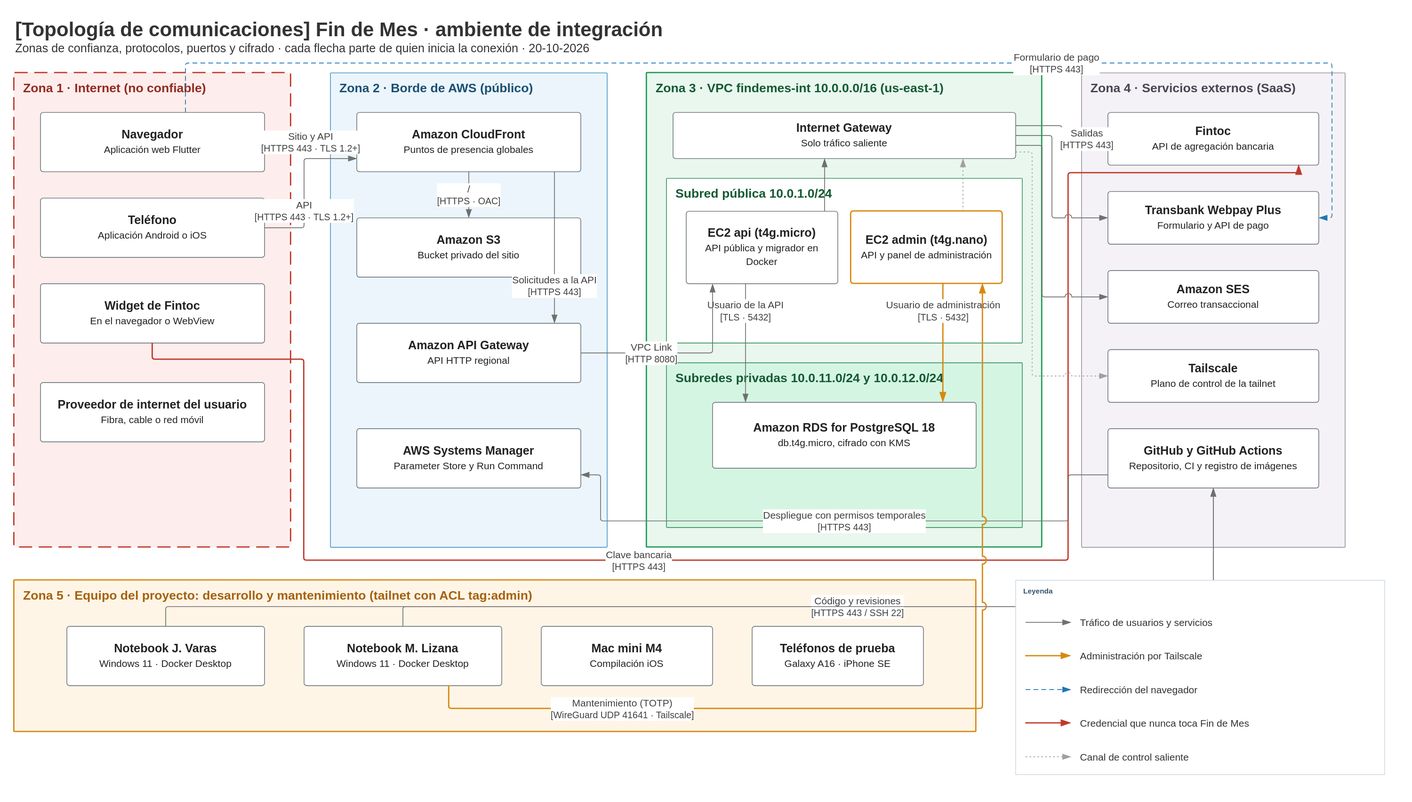
Above: docs/diagrams/architecture/topologia-comunicaciones.drawio.svg in offlnr/findemes (draw.io), before the change. Source tidied: cells renumbered, new cells last; positions are measured from the earlier drawing's top-left corner, leaving out a move shared by most shapes.
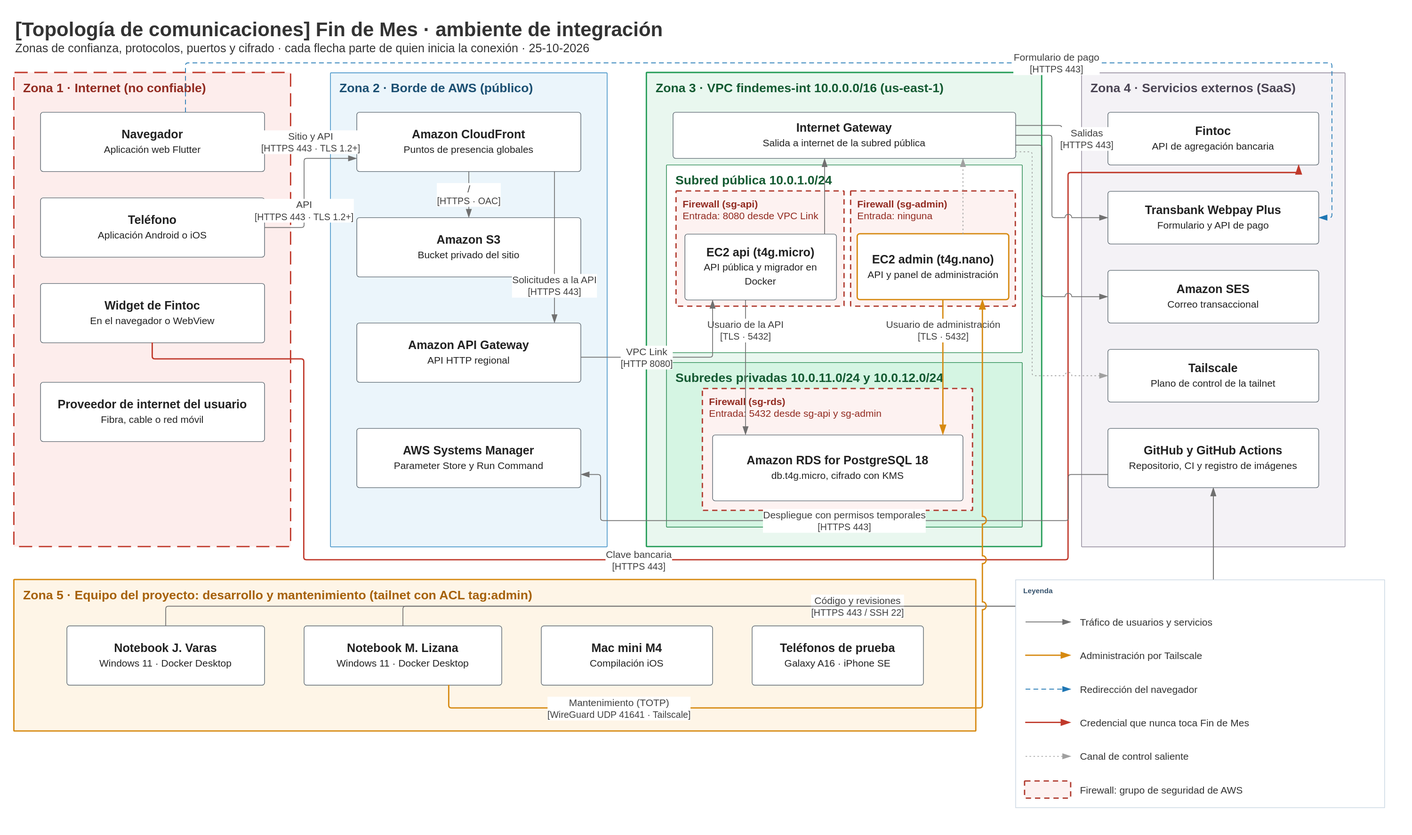
The same file after the commit.

The edit, as a diff of the source:
```diff
@@ -2,7 +2,7 @@
   <root>
     <mxCell id="0" />
     <mxCell id="1" parent="0" />
-    <mxCell id="2" value="&lt;span style=&quot;font-size:30px&quot;&gt;&lt;b&gt;[Topología de comunicaciones] Fin de Mes · ambiente de integración&lt;/b&gt;&lt;/span&gt;&lt;br&gt;&lt;span style=&quot;font-size:18px&quot;&gt;Zonas de confianza, protocolos, puertos y cifrado · cada flecha parte de quien inicia la conexión · 20-10-2026&lt;/span&gt;" style="text;html=1;whiteSpace=wrap;align=left;verticalAlign=top;fontColor=#333333;" parent="1" vertex="1">
+    <mxCell id="2" value="&lt;span style=&quot;font-size:30px&quot;&gt;&lt;b&gt;[Topología de comunicaciones] Fin de Mes · ambiente de integración&lt;/b&gt;&lt;/span&gt;&lt;br&gt;&lt;span style=&quot;font-size:18px&quot;&gt;Zonas de confianza, protocolos, puertos y cifrado · cada flecha parte de quien inicia la conexión · 25-10-2026&lt;/span&gt;" style="text;html=1;whiteSpace=wrap;align=left;verticalAlign=top;fontColor=#333333;" parent="1" vertex="1">
       <mxGeometry width="1900" height="90" as="geometry" />
     </mxCell>
     <mxCell id="3" value="Zona 1 · Internet (no confiable)" style="rounded=1;arcSize=2;absoluteArcSize=1;whiteSpace=wrap;html=1;align=left;verticalAlign=top;spacingLeft=12;spacingTop=6;fontSize=19;fontStyle=1;fillColor=#FDEDEC;strokeColor=#C0392B;fontColor=#922B21;dashed=1;dashPattern=10 5;strokeWidth=2;" parent="1" vertex="1">
@@ -44,34 +44,43 @@
     <mxCell id="15" value="Zona 3 · VPC findemes-int 10.0.0.0/16 (us-east-1)" style="rounded=1;arcSize=2;absoluteArcSize=1;whiteSpace=wrap;html=1;align=left;verticalAlign=top;spacingLeft=12;spacingTop=6;fontSize=19;fontStyle=1;fillColor=#E9F7EF;strokeColor=#239B56;fontColor=#145A32;strokeWidth=2;" parent="1" vertex="1">
       <mxGeometry x="960" y="90" width="600" height="720" as="geometry" />
     </mxCell>
-    <mxCell id="16" value="&lt;b&gt;Internet Gateway&lt;/b&gt;&lt;br&gt;&lt;span style=&quot;font-size:15px&quot;&gt;Solo tráfico saliente&lt;/span&gt;" style="rounded=1;whiteSpace=wrap;html=1;arcSize=8;absoluteArcSize=1;fillColor=#FFFFFF;strokeColor=#5B6770;fontColor=#222222;fontSize=18;spacing=6;" parent="15" vertex="1">
+    <mxCell id="16" value="&lt;b&gt;Internet Gateway&lt;/b&gt;&lt;br&gt;&lt;span style=&quot;font-size:15px&quot;&gt;Salida a internet de la subred pública&lt;/span&gt;" style="rounded=1;whiteSpace=wrap;html=1;arcSize=8;absoluteArcSize=1;fillColor=#FFFFFF;strokeColor=#5B6770;fontColor=#222222;fontSize=18;spacing=6;" parent="15" vertex="1">
       <mxGeometry x="40" y="60" width="520" height="70" as="geometry" />
     </mxCell>
     <mxCell id="17" value="Subred pública 10.0.1.0/24" style="rounded=1;arcSize=2;absoluteArcSize=1;whiteSpace=wrap;html=1;align=left;verticalAlign=top;spacingLeft=12;spacingTop=6;fontSize=19;fontStyle=1;fillColor=#FFFFFF;strokeColor=#1E8449;fontColor=#145A32;" parent="15" vertex="1">
-      <mxGeometry x="30" y="160" width="540" height="250" as="geometry" />
+      <mxGeometry x="30" y="140" width="540" height="285" as="geometry" />
     </mxCell>
+    <mxCell id="71" value="&lt;b&gt;Firewall (sg-api)&lt;/b&gt;&lt;br&gt;Entrada: 8080 desde VPC Link" style="rounded=1;arcSize=2;absoluteArcSize=1;whiteSpace=wrap;html=1;fillColor=#FDF2F1;strokeColor=#B03A2E;fontColor=#922B21;dashed=1;dashPattern=4 3;strokeWidth=2;align=left;verticalAlign=top;spacingLeft=8;spacingTop=4;fontSize=15;" parent="17" vertex="1">
+      <mxGeometry x="15" y="40" width="255" height="175" as="geometry" />
+    </mxCell>
-    <mxCell id="18" value="&lt;b&gt;EC2 api (t4g.micro)&lt;/b&gt;&lt;br&gt;&lt;span style=&quot;font-size:15px&quot;&gt;API pública y migrador en Docker&lt;/span&gt;" style="rounded=1;whiteSpace=wrap;html=1;arcSize=8;absoluteArcSize=1;fillColor=#FFFFFF;strokeColor=#5B6770;fontColor=#222222;fontSize=18;spacing=6;" parent="17" vertex="1">
-      <mxGeometry x="30" y="50" width="230" height="110" as="geometry" />
+    <mxCell id="18" value="&lt;b&gt;EC2 api (t4g.micro)&lt;/b&gt;&lt;br&gt;&lt;span style=&quot;font-size:15px&quot;&gt;API pública y migrador en Docker&lt;/span&gt;" style="rounded=1;whiteSpace=wrap;html=1;arcSize=8;absoluteArcSize=1;fillColor=#FFFFFF;strokeColor=#5B6770;fontColor=#222222;fontSize=18;spacing=6;" parent="71" vertex="1">
+      <mxGeometry x="13" y="65" width="230" height="100" as="geometry" />
     </mxCell>
+    <mxCell id="72" value="&lt;b&gt;Firewall (sg-admin)&lt;/b&gt;&lt;br&gt;Entrada: ninguna" style="rounded=1;arcSize=2;absoluteArcSize=1;whiteSpace=wrap;html=1;fillColor=#FDF2F1;strokeColor=#B03A2E;fontColor=#922B21;dashed=1;dashPattern=4 3;strokeWidth=2;align=left;verticalAlign=top;spacingLeft=8;spacingTop=4;fontSize=15;" parent="17" vertex="1">
+      <mxGeometry x="280" y="40" width="250" height="175" as="geometry" />
+    </mxCell>
-    <mxCell id="19" value="&lt;b&gt;EC2 admin (t4g.nano)&lt;/b&gt;&lt;br&gt;&lt;span style=&quot;font-size:15px&quot;&gt;API y panel de administración&lt;/span&gt;" style="rounded=1;whiteSpace=wrap;html=1;arcSize=8;absoluteArcSize=1;fillColor=#FFFFFF;strokeColor=#5B6770;fontColor=#222222;fontSize=18;spacing=6;strokeColor=#D68910;strokeWidth=2;" parent="17" vertex="1">
-      <mxGeometry x="280" y="50" width="230" height="110" as="geometry" />
+    <mxCell id="19" value="&lt;b&gt;EC2 admin (t4g.nano)&lt;/b&gt;&lt;br&gt;&lt;span style=&quot;font-size:15px&quot;&gt;API y panel de administración&lt;/span&gt;" style="rounded=1;whiteSpace=wrap;html=1;arcSize=8;absoluteArcSize=1;fillColor=#FFFFFF;strokeColor=#5B6770;fontColor=#222222;fontSize=18;spacing=6;strokeColor=#D68910;strokeWidth=2;" parent="72" vertex="1">
+      <mxGeometry x="10" y="65" width="230" height="100" as="geometry" />
     </mxCell>
     <mxCell id="20" value="Subredes privadas 10.0.11.0/24 y 10.0.12.0/24" style="rounded=1;arcSize=2;absoluteArcSize=1;whiteSpace=wrap;html=1;align=left;verticalAlign=top;spacingLeft=12;spacingTop=6;fontSize=19;fontStyle=1;fillColor=#D5F5E3;strokeColor=#1E8449;fontColor=#145A32;" parent="15" vertex="1">
       <mxGeometry x="30" y="440" width="540" height="250" as="geometry" />
     </mxCell>
+    <mxCell id="73" value="&lt;b&gt;Firewall (sg-rds)&lt;/b&gt;&lt;br&gt;Entrada: 5432 desde sg-api y sg-admin" style="rounded=1;arcSize=2;absoluteArcSize=1;whiteSpace=wrap;html=1;fillColor=#FDF2F1;strokeColor=#B03A2E;fontColor=#922B21;dashed=1;dashPattern=4 3;strokeWidth=2;align=left;verticalAlign=top;spacingLeft=8;spacingTop=4;fontSize=15;" parent="20" vertex="1">
+      <mxGeometry x="55" y="40" width="410" height="185" as="geometry" />
+    </mxCell>
-    <mxCell id="21" value="&lt;b&gt;Amazon RDS for PostgreSQL 18&lt;/b&gt;&lt;br&gt;&lt;span style=&quot;font-size:15px&quot;&gt;db.t4g.micro, cifrado con KMS&lt;/span&gt;" style="rounded=1;whiteSpace=wrap;html=1;arcSize=8;absoluteArcSize=1;fillColor=#FFFFFF;strokeColor=#5B6770;fontColor=#222222;fontSize=18;spacing=6;" parent="20" vertex="1">
-      <mxGeometry x="70" y="60" width="400" height="100" as="geometry" />
+    <mxCell id="21" value="&lt;b&gt;Amazon RDS for PostgreSQL 18&lt;/b&gt;&lt;br&gt;&lt;span style=&quot;font-size:15px&quot;&gt;db.t4g.micro, cifrado con KMS&lt;/span&gt;" style="rounded=1;whiteSpace=wrap;html=1;arcSize=8;absoluteArcSize=1;fillColor=#FFFFFF;strokeColor=#5B6770;fontColor=#222222;fontSize=18;spacing=6;" parent="73" vertex="1">
+      <mxGeometry x="15" y="70" width="380" height="100" as="geometry" />
     </mxCell>
-    <mxCell id="22" value="Usuario de la API&lt;br&gt;&lt;span style=&quot;font-size:14px&quot;&gt;[TLS · 5432]&lt;/span&gt;" style="endArrow=blockThin;endFill=1;endSize=10;html=1;fontSize=15;fontColor=#404040;strokeColor=#707070;strokeWidth=1.2;rounded=1;arcSize=8;edgeStyle=orthogonalEdgeStyle;jumpStyle=arc;jumpSize=10;labelBackgroundColor=#FFFFFF;exitX=0.3913;exitY=1;exitDx=0;exitDy=0;entryX=0.125;entryY=0;entryDx=0;entryDy=0;" parent="15" edge="1" source="18" target="21">
+    <mxCell id="22" value="Usuario de la API&lt;br&gt;&lt;span style=&quot;font-size:14px&quot;&gt;[TLS · 5432]&lt;/span&gt;" style="endArrow=blockThin;endFill=1;endSize=10;html=1;fontSize=15;fontColor=#404040;strokeColor=#707070;strokeWidth=1.2;rounded=1;arcSize=8;edgeStyle=orthogonalEdgeStyle;jumpStyle=arc;jumpSize=10;labelBackgroundColor=#FFFFFF;exitX=0.4;exitY=1;exitDx=0;exitDy=0;entryX=0.1316;entryY=0;entryDx=0;entryDy=0;" parent="15" edge="1" source="18" target="21">
       <mxGeometry x="-0.55" relative="1" as="geometry" />
     </mxCell>
-    <mxCell id="23" value="Usuario de administración&lt;br&gt;&lt;span style=&quot;font-size:14px&quot;&gt;[TLS · 5432]&lt;/span&gt;" style="endArrow=blockThin;endFill=1;endSize=10;html=1;fontSize=15;fontColor=#404040;strokeColor=#D68910;strokeWidth=2;rounded=1;arcSize=8;edgeStyle=orthogonalEdgeStyle;jumpStyle=arc;jumpSize=10;labelBackgroundColor=#FFFFFF;exitX=0.6087;exitY=1;exitDx=0;exitDy=0;entryX=0.875;entryY=0;entryDx=0;entryDy=0;" parent="15" edge="1" source="19" target="21">
+    <mxCell id="23" value="Usuario de administración&lt;br&gt;&lt;span style=&quot;font-size:14px&quot;&gt;[TLS · 5432]&lt;/span&gt;" style="endArrow=blockThin;endFill=1;endSize=10;html=1;fontSize=15;fontColor=#404040;strokeColor=#D68910;strokeWidth=2;rounded=1;arcSize=8;edgeStyle=orthogonalEdgeStyle;jumpStyle=arc;jumpSize=10;labelBackgroundColor=#FFFFFF;exitX=0.5652;exitY=1;exitDx=0;exitDy=0;entryX=0.9211;entryY=0;entryDx=0;entryDy=0;" parent="15" edge="1" source="19" target="21">
       <mxGeometry x="-0.55" relative="1" as="geometry" />
     </mxCell>
-    <mxCell id="24" style="endArrow=blockThin;endFill=1;endSize=10;html=1;fontSize=15;fontColor=#404040;strokeColor=#707070;strokeWidth=1.2;rounded=1;arcSize=8;edgeStyle=orthogonalEdgeStyle;jumpStyle=arc;jumpSize=10;labelBackgroundColor=#FFFFFF;exitX=0.913;exitY=0;exitDx=0;exitDy=0;entryX=0.4423;entryY=1;entryDx=0;entryDy=0;" parent="15" edge="1" source="18" target="16">
+    <mxCell id="24" style="endArrow=blockThin;endFill=1;endSize=10;html=1;fontSize=15;fontColor=#404040;strokeColor=#707070;strokeWidth=1.2;rounded=1;arcSize=8;edgeStyle=orthogonalEdgeStyle;jumpStyle=arc;jumpSize=10;labelBackgroundColor=#FFFFFF;exitX=0.9217;exitY=0;exitDx=0;exitDy=0;entryX=0.4423;entryY=1;entryDx=0;entryDy=0;" parent="15" edge="1" source="18" target="16">
       <mxGeometry relative="1" as="geometry" />
     </mxCell>
-    <mxCell id="25" style="endArrow=blockThin;endFill=1;endSize=10;html=1;fontSize=15;fontColor=#404040;strokeColor=#A0A0A0;strokeWidth=1.2;rounded=1;arcSize=8;edgeStyle=orthogonalEdgeStyle;jumpStyle=arc;jumpSize=10;labelBackgroundColor=#FFFFFF;dashed=1;dashPattern=2 3;exitX=0.7391;exitY=0;exitDx=0;exitDy=0;entryX=0.8462;entryY=1;entryDx=0;entryDy=0;" parent="15" edge="1" source="19" target="16">
+    <mxCell id="25" style="endArrow=blockThin;endFill=1;endSize=10;html=1;fontSize=15;fontColor=#404040;strokeColor=#A0A0A0;strokeWidth=1.2;rounded=1;arcSize=8;edgeStyle=orthogonalEdgeStyle;jumpStyle=arc;jumpSize=10;labelBackgroundColor=#FFFFFF;dashed=1;dashPattern=2 3;exitX=0.6957;exitY=0;exitDx=0;exitDy=0;entryX=0.8462;entryY=1;entryDx=0;entryDy=0;" parent="15" edge="1" source="19" target="16">
       <mxGeometry relative="1" as="geometry" />
     </mxCell>
     <mxCell id="26" value="Zona 4 · Servicios externos (SaaS)" style="rounded=1;arcSize=2;absoluteArcSize=1;whiteSpace=wrap;html=1;align=left;verticalAlign=top;spacingLeft=12;spacingTop=6;fontSize=19;fontStyle=1;fillColor=#F4F2F6;strokeColor=#8C8496;fontColor=#4A4453;" parent="1" vertex="1">
@@ -139,10 +148,10 @@
         </Array>
       </mxGeometry>
     </mxCell>
-    <mxCell id="41" value="VPC Link&lt;br&gt;&lt;span style=&quot;font-size:14px&quot;&gt;[HTTP 8080]&lt;/span&gt;" style="endArrow=blockThin;endFill=1;endSize=10;html=1;fontSize=15;fontColor=#404040;strokeColor=#707070;strokeWidth=1.2;rounded=1;arcSize=8;edgeStyle=orthogonalEdgeStyle;jumpStyle=arc;jumpSize=10;labelBackgroundColor=#FFFFFF;exitX=1;exitY=0.5;exitDx=0;exitDy=0;entryX=0.1739;entryY=1;entryDx=0;entryDy=0;" parent="1" edge="1" source="11" target="18">
+    <mxCell id="41" value="VPC Link&lt;br&gt;&lt;span style=&quot;font-size:14px&quot;&gt;[HTTP 8080]&lt;/span&gt;" style="endArrow=blockThin;endFill=1;endSize=10;html=1;fontSize=15;fontColor=#404040;strokeColor=#707070;strokeWidth=1.2;rounded=1;arcSize=8;edgeStyle=orthogonalEdgeStyle;jumpStyle=arc;jumpSize=10;labelBackgroundColor=#FFFFFF;exitX=1;exitY=0.5778;exitDx=0;exitDy=0;entryX=0.1826;entryY=1;entryDx=0;entryDy=0;" parent="1" edge="1" source="11" target="18">
       <mxGeometry x="-0.3" relative="1" as="geometry">
         <Array as="points">
-          <mxPoint x="1060" y="515" />
+          <mxPoint x="1060" y="522" />
         </Array>
       </mxGeometry>
     </mxCell>
@@ -203,7 +212,7 @@
         </Array>
       </mxGeometry>
     </mxCell>
-    <mxCell id="49" value="Mantenimiento (TOTP)&lt;br&gt;&lt;span style=&quot;font-size:14px&quot;&gt;[WireGuard UDP 41641 · Tailscale]&lt;/span&gt;" style="endArrow=blockThin;endFill=1;endSize=10;html=1;fontSize=15;fontColor=#404040;strokeColor=#D68910;strokeWidth=2;rounded=1;arcSize=8;edgeStyle=orthogonalEdgeStyle;jumpStyle=arc;jumpSize=10;labelBackgroundColor=#FFFFFF;exitX=0.7333;exitY=1;exitDx=0;exitDy=0;entryX=0.8696;entryY=1;entryDx=0;entryDy=0;" parent="1" edge="1" source="34" target="19">
+    <mxCell id="49" value="Mantenimiento (TOTP)&lt;br&gt;&lt;span style=&quot;font-size:14px&quot;&gt;[WireGuard UDP 41641 · Tailscale]&lt;/span&gt;" style="endArrow=blockThin;endFill=1;endSize=10;html=1;fontSize=15;fontColor=#404040;strokeColor=#D68910;strokeWidth=2;rounded=1;arcSize=8;edgeStyle=orthogonalEdgeStyle;jumpStyle=arc;jumpSize=10;labelBackgroundColor=#FFFFFF;exitX=0.7333;exitY=1;exitDx=0;exitDy=0;entryX=0.8261;entryY=1;entryDx=0;entryDy=0;" parent="1" edge="1" source="34" target="19">
       <mxGeometry x="-0.6" relative="1" as="geometry">
         <Array as="points">
           <mxPoint x="660" y="1055" />
@@ -212,7 +221,7 @@
       </mxGeometry>
     </mxCell>
     <mxCell id="50" value="&lt;b&gt;Leyenda&lt;/b&gt;" style="rounded=0;whiteSpace=wrap;html=1;fillColor=#FFFFFF;strokeColor=#C9D6E2;fontColor=#33506B;align=left;verticalAlign=top;spacingLeft=10;spacingTop=4;fontSize=11;fontStyle=1;" parent="1" vertex="1">
-      <mxGeometry x="1520" y="860" width="560" height="295" as="geometry" />
+      <mxGeometry x="1520" y="860" width="560" height="346" as="geometry" />
     </mxCell>
     <mxCell id="51" style="text;" parent="50" vertex="1">
       <mxGeometry x="14" y="63" width="1" height="2" as="geometry" />
@@ -274,5 +283,11 @@
     <mxCell id="70" value="Canal de control saliente" style="text;html=1;whiteSpace=wrap;align=left;verticalAlign=top;fontColor=#333333;verticalAlign=middle;fontSize=15;" parent="50" vertex="1">
       <mxGeometry x="96" y="253" width="454" height="30" as="geometry" />
     </mxCell>
+    <mxCell id="74" style="rounded=1;arcSize=2;absoluteArcSize=1;whiteSpace=wrap;html=1;fillColor=#FDF2F1;strokeColor=#B03A2E;fontColor=#922B21;dashed=1;dashPattern=4 3;strokeWidth=2;align=left;verticalAlign=top;spacingLeft=8;spacingTop=4;fontSize=15;" parent="50" vertex="1">
+      <mxGeometry x="14" y="306" width="70" height="26" as="geometry" />
+    </mxCell>
+    <mxCell id="75" value="Firewall: grupo de seguridad de AWS" style="text;html=1;whiteSpace=wrap;align=left;verticalAlign=top;fontColor=#333333;verticalAlign=middle;fontSize=15;" parent="50" vertex="1">
+      <mxGeometry x="96" y="304" width="454" height="30" as="geometry" />
+    </mxCell>
   </root>
 </mxGraphModel>
```
